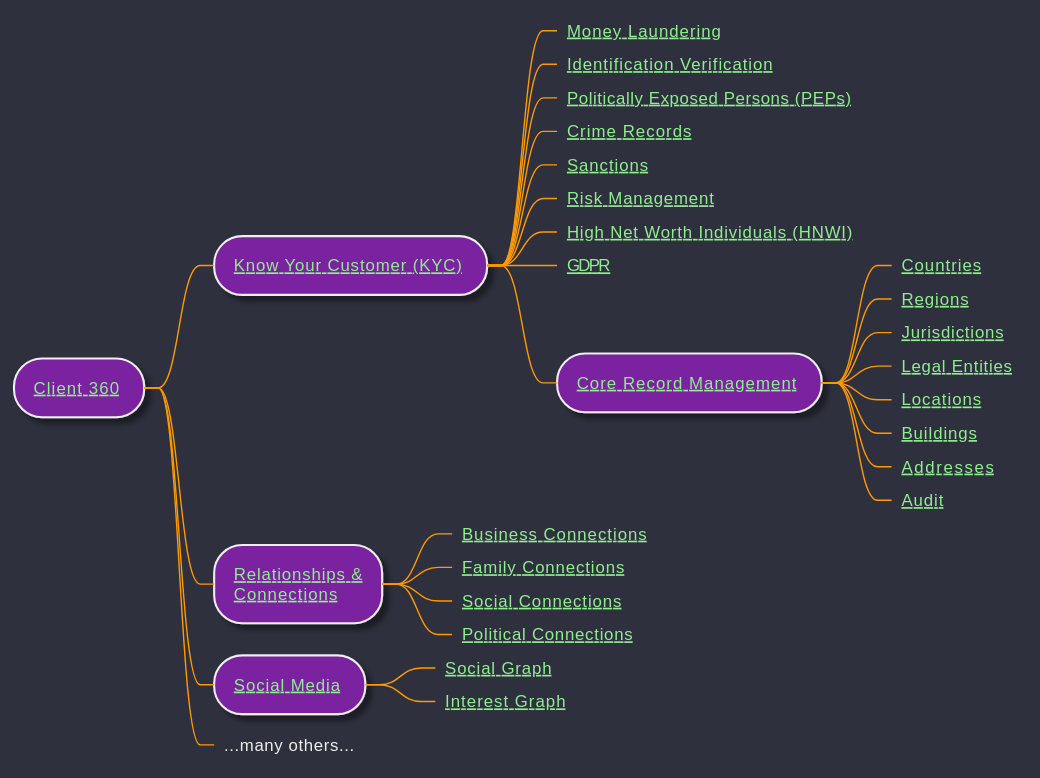
This is diagrams/out/client-360_dark.svg from EKGF/ekg-catalog, a PlantUML export, as it was before one commit.
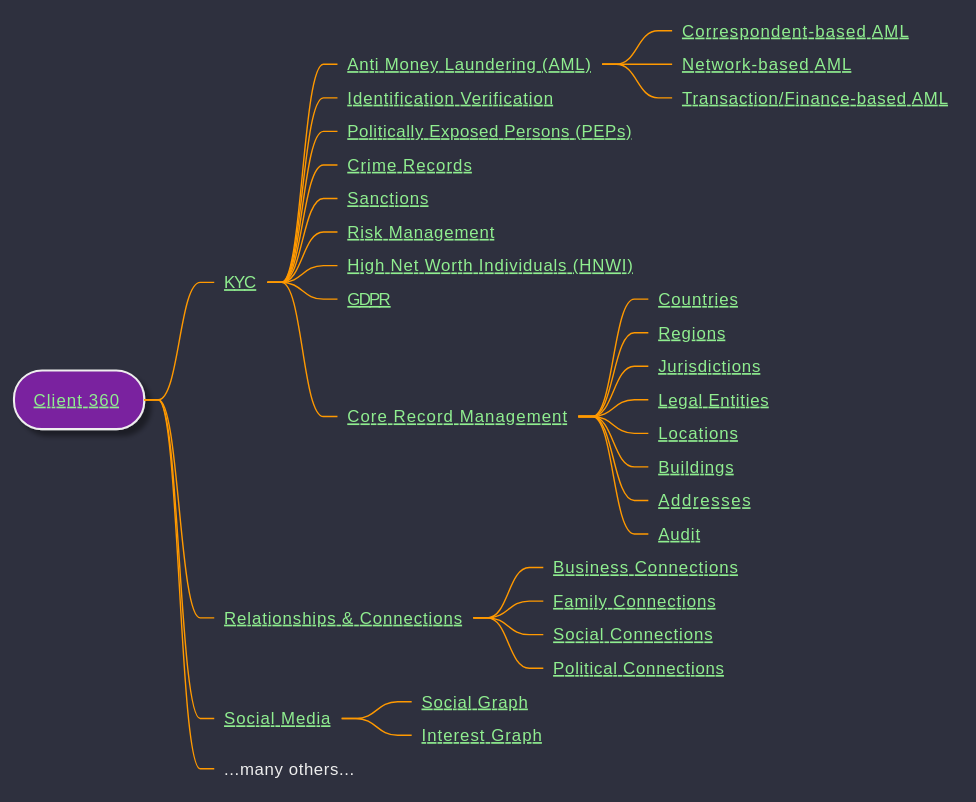
The same diagram one commit later.

What changed in the source:
```diff
@@ -187,8 +187,11 @@
 skinparam arrowThickness 1
 
 + [[ /use-case/client-360/ Client 360 ]]
-++ [[ /use-case/client-360/know-your-customer/ Know Your Customer (KYC) ]]
-+++_ [[ /use-case/client-360/know-your-customer/money-laundering/ Money Laundering ]]
+++_ [[ /use-case/client-360/know-your-customer/ KYC ]]
++++_ [[ /use-case/client-360/know-your-customer/anti-money-laundering/ Anti Money Laundering (AML) ]]
+++++_ [[ /use-case/client-360/know-your-customer/anti-money-laundering/correspondent-based-aml/ Correspondent-based AML ]]
+++++_ [[ /use-case/client-360/know-your-customer/anti-money-laundering/network-based-aml/ Network-based AML ]]
+++++_ [[ /use-case/client-360/know-your-customer/anti-money-laundering/transaction-based-aml/ Transaction/Finance-based AML ]]
 +++_ [[ /use-case/client-360/know-your-customer/identification-verification/ Identification Verification ]]
 +++_ [[ /use-case/client-360/know-your-customer/peps/ Politically Exposed Persons (PEPs) ]]
 +++_ [[ /use-case/client-360/know-your-customer/crime-records/ Crime Records ]]
@@ -196,7 +199,7 @@
 +++_ [[ /use-case/client-360/know-your-customer/risk-management/ Risk Management ]]
 +++_ [[ /use-case/client-360/know-your-customer/high-net-worth-individuals/ High Net Worth Individuals (HNWI) ]]
 +++_ [[ /use-case/client-360/know-your-customer/gdpr/ GDPR ]]
-+++ [[ /use-case/client-360/know-your-customer/core-record-management/ Core Record Management ]]
++++_ [[ /use-case/client-360/know-your-customer/core-record-management/ Core Record Management ]]
 ++++_ [[ /use-case/client-360/know-your-customer/core-record-management/countries/ Countries ]]
 ++++_ [[ /use-case/client-360/know-your-customer/core-record-management/regions/ Regions ]]
 ++++_ [[ /use-case/client-360/know-your-customer/core-record-management/jurisdictions/ Jurisdictions ]]
@@ -205,12 +208,12 @@
 ++++_ [[ /use-case/client-360/know-your-customer/core-record-management/buildings/ Buildings ]]
 ++++_ [[ /use-case/client-360/know-your-customer/core-record-management/addresses/ Addresses ]]
 ++++_ [[ /use-case/client-360/know-your-customer/core-record-management/audit/ Audit ]]
-++ [[ /use-case-client-360/relationships-and-connections/ Relationships &\nConnections ]]
+++_ [[ /use-case-client-360/relationships-and-connections/ Relationships & Connections ]]
 +++_ [[ /use-case-client-360/relationships-and-connections/business-connections/ Business Connections ]]
 +++_ [[ /use-case-client-360/relationships-and-connections/family-connections/ Family Connections ]]
 +++_ [[ /use-case-client-360/relationships-and-connections/social-connections/ Social Connections ]]
 +++_ [[ /use-case-client-360/relationships-and-connections/political-connections/ Political Connections ]]
-++ [[ /use-case-client-360/social-media/ Social Media ]]
+++_ [[ /use-case-client-360/social-media/ Social Media ]]
 +++_ [[ /use-case-client-360/social-media/social-graph/ Social Graph ]]
 +++_ [[ /use-case-client-360/social-media/social-graph/ Interest Graph ]]
 ++_ ...many others...
```
